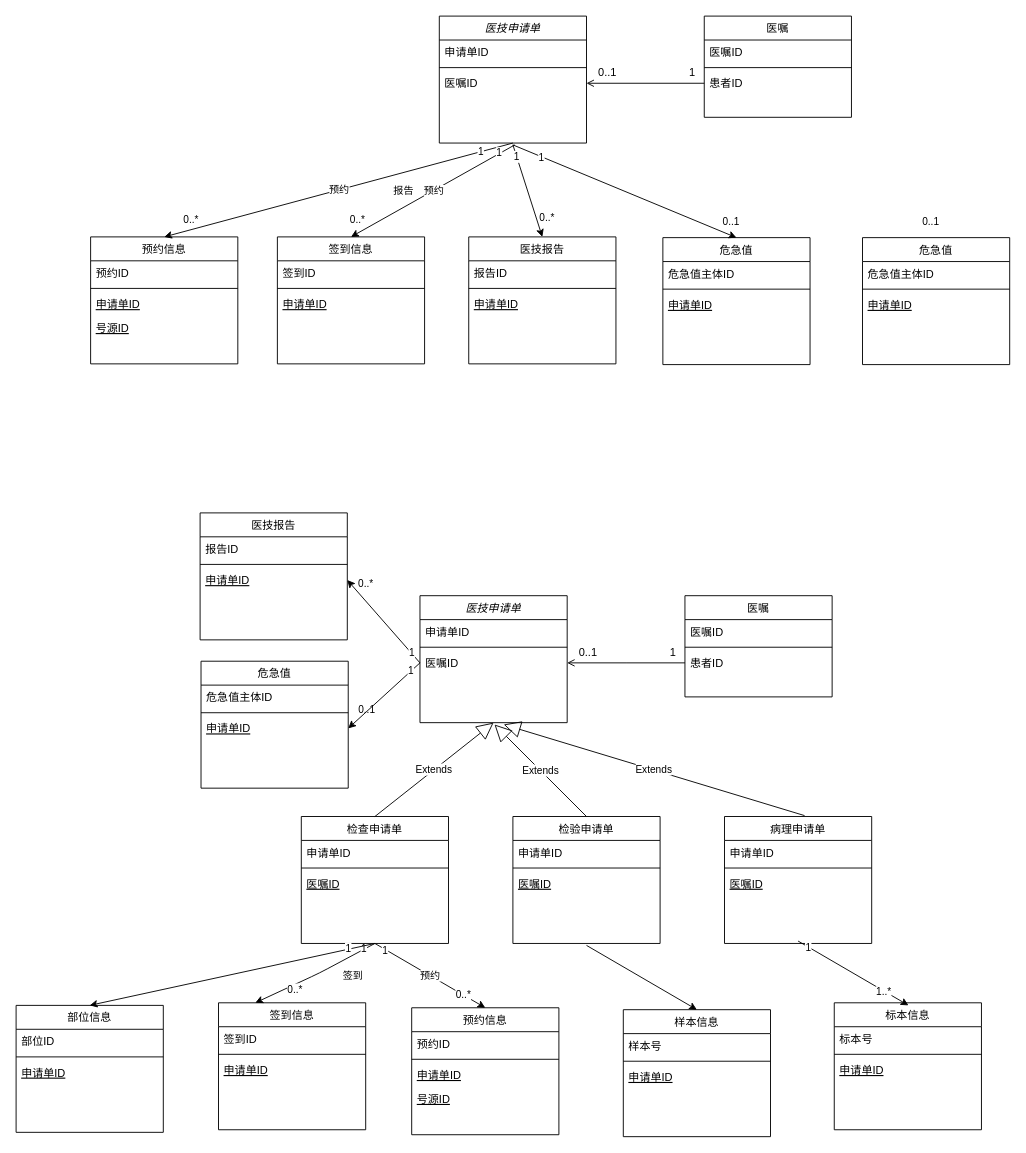
This is Untitled Diagram.drawio from YuanZhaoXin/domain, a draw.io file, before an edit. Source tidied: cells renumbered, new cells numbered last; positions are measured from the earlier drawing's top-left corner, leaving out a move shared by most shapes. Both pictures are drawn from the tidied source at 92%, with x=0, y=0 at pixel (16, 16).
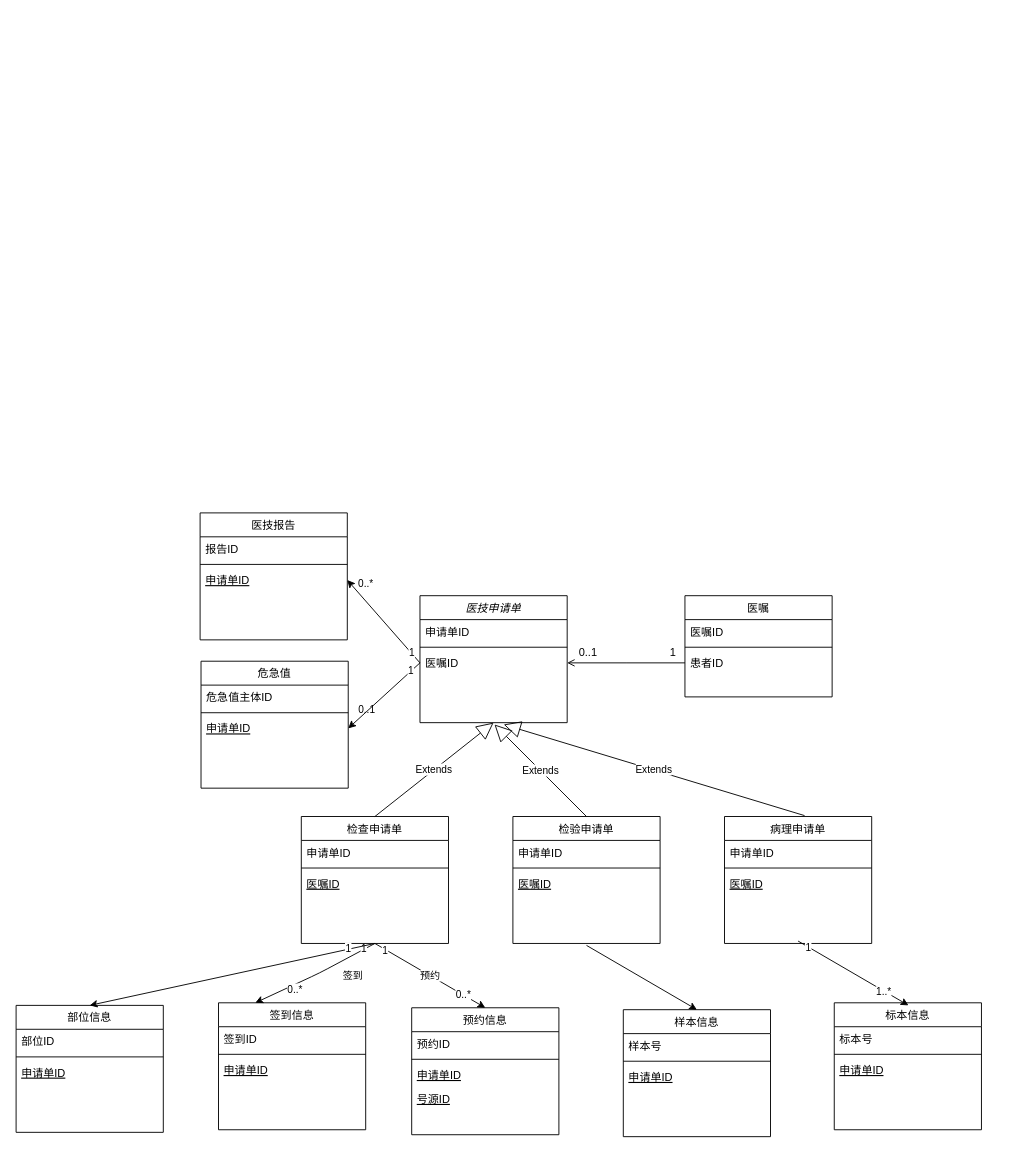
The same page after the edit.

Diff of the diagram source:
```diff
@@
-    <mxCell id="2" value="医技申请单" style="swimlane;fontStyle=2;align=center;verticalAlign=top;horizontal=1;startSize=26;rounded=0;shadow=0;strokeWidth=1;" parent="1" vertex="1">
-      <mxGeometry x="460" width="160" height="138" as="geometry" />
-    </mxCell>
-    <mxCell id="3" value="申请单ID" style="text;align=left;verticalAlign=top;spacingLeft=4;spacingRight=4;overflow=hidden;" parent="2" vertex="1">
-      <mxGeometry y="26" width="160" height="26" as="geometry" />
-    </mxCell>
-    <mxCell id="4" style="line;html=1;strokeWidth=1;align=left;verticalAlign=middle;spacingTop=-1;spacingLeft=3;spacingRight=3;labelPosition=right;" parent="2" vertex="1">
-      <mxGeometry y="52" width="160" height="8" as="geometry" />
-    </mxCell>
-    <mxCell id="5" value="医嘱ID" style="text;align=left;verticalAlign=top;spacingLeft=4;spacingRight=4;overflow=hidden;points=[[0,0.5],[1,0.5]];portConstraint=eastwest;" parent="2" vertex="1">
-      <mxGeometry y="60" width="160" height="26" as="geometry" />
-    </mxCell>
-    <mxCell id="6" value="预约信息" style="swimlane;fontStyle=0;align=center;verticalAlign=top;horizontal=1;startSize=26;rounded=0;shadow=0;strokeWidth=1;" parent="1" vertex="1">
-      <mxGeometry x="81" y="240" width="160" height="138" as="geometry" />
-    </mxCell>
-    <mxCell id="7" value="预约ID" style="text;align=left;verticalAlign=top;spacingLeft=4;spacingRight=4;overflow=hidden;" parent="6" vertex="1">
-      <mxGeometry y="26" width="160" height="26" as="geometry" />
-    </mxCell>
-    <mxCell id="8" style="line;html=1;strokeWidth=1;align=left;verticalAlign=middle;spacingTop=-1;spacingLeft=3;spacingRight=3;labelPosition=right;" parent="6" vertex="1">
-      <mxGeometry y="52" width="160" height="8" as="geometry" />
-    </mxCell>
-    <mxCell id="9" value="申请单ID" style="text;align=left;verticalAlign=top;spacingLeft=4;spacingRight=4;overflow=hidden;fontStyle=4;" parent="6" vertex="1">
-      <mxGeometry y="60" width="160" height="26" as="geometry" />
-    </mxCell>
-    <mxCell id="10" value="号源ID" style="text;align=left;verticalAlign=top;spacingLeft=4;spacingRight=4;overflow=hidden;fontStyle=4;" parent="6" vertex="1">
-      <mxGeometry y="86" width="160" height="26" as="geometry" />
-    </mxCell>
-    <mxCell id="11" value="医嘱" style="swimlane;fontStyle=0;align=center;verticalAlign=top;horizontal=1;startSize=26;rounded=0;shadow=0;strokeWidth=1;" parent="1" vertex="1">
-      <mxGeometry x="748" width="160" height="110" as="geometry" />
-    </mxCell>
-    <mxCell id="12" value="医嘱ID" style="text;align=left;verticalAlign=top;spacingLeft=4;spacingRight=4;overflow=hidden;" parent="11" vertex="1">
-      <mxGeometry y="26" width="160" height="26" as="geometry" />
-    </mxCell>
-    <mxCell id="13" style="line;html=1;strokeWidth=1;align=left;verticalAlign=middle;spacingTop=-1;spacingLeft=3;spacingRight=3;labelPosition=right;" parent="11" vertex="1">
-      <mxGeometry y="52" width="160" height="8" as="geometry" />
-    </mxCell>
-    <mxCell id="14" value="患者ID" style="text;align=left;verticalAlign=top;spacingLeft=4;spacingRight=4;overflow=hidden;points=[[0,0.5],[1,0.5]];portConstraint=eastwest;" parent="11" vertex="1">
-      <mxGeometry y="60" width="160" height="26" as="geometry" />
-    </mxCell>
-    <mxCell id="15" style="endArrow=open;shadow=0;strokeWidth=1;rounded=0;endFill=1;edgeStyle=elbowEdgeStyle;elbow=vertical;entryX=1;entryY=0.5;entryDx=0;entryDy=0;exitX=0;exitY=0.5;exitDx=0;exitDy=0;" parent="1" edge="1" source="14" target="5">
-      <mxGeometry x="0.5" y="41" relative="1" as="geometry">
-        <mxPoint x="-40" y="32" as="offset" />
-      </mxGeometry>
-    </mxCell>
-    <mxCell id="16" value="1" style="align=left;verticalAlign=bottom;labelBackgroundColor=none;fontSize=12;" parent="15" vertex="1">
-      <mxGeometry x="-1" relative="1" as="geometry">
-        <mxPoint x="-18" y="-3" as="offset" />
-      </mxGeometry>
-    </mxCell>
-    <mxCell id="17" value="0..1" style="align=right;verticalAlign=bottom;labelBackgroundColor=none;fontSize=12;" parent="15" vertex="1">
-      <mxGeometry x="1" relative="1" as="geometry">
-        <mxPoint x="34" y="-3" as="offset" />
-      </mxGeometry>
-    </mxCell>
-    <mxCell id="18" value="医技报告" style="swimlane;fontStyle=0;align=center;verticalAlign=top;horizontal=1;startSize=26;rounded=0;shadow=0;strokeWidth=1;" parent="1" vertex="1">
-      <mxGeometry x="492" y="240" width="160" height="138" as="geometry" />
-    </mxCell>
-    <mxCell id="19" value="报告ID" style="text;align=left;verticalAlign=top;spacingLeft=4;spacingRight=4;overflow=hidden;" parent="18" vertex="1">
-      <mxGeometry y="26" width="160" height="26" as="geometry" />
-    </mxCell>
-    <mxCell id="20" style="line;html=1;strokeWidth=1;align=left;verticalAlign=middle;spacingTop=-1;spacingLeft=3;spacingRight=3;labelPosition=right;" parent="18" vertex="1">
-      <mxGeometry y="52" width="160" height="8" as="geometry" />
-    </mxCell>
-    <mxCell id="21" value="申请单ID" style="text;align=left;verticalAlign=top;spacingLeft=4;spacingRight=4;overflow=hidden;fontStyle=4;" parent="18" vertex="1">
-      <mxGeometry y="60" width="160" height="26" as="geometry" />
-    </mxCell>
-    <mxCell id="22" style="endArrow=classic;html=1;exitX=0.5;exitY=1;exitDx=0;exitDy=0;entryX=0.5;entryY=0;entryDx=0;entryDy=0;" parent="1" edge="1" source="2" target="6">
-      <mxGeometry relative="1" as="geometry" />
-    </mxCell>
-    <mxCell id="23" value="预约" style="edgeLabel;html=1;align=center;verticalAlign=middle;" parent="22" vertex="1">
-      <mxGeometry relative="1" as="geometry" />
-    </mxCell>
-    <mxCell id="24" value="1" style="edgeLabel;html=1;align=center;verticalAlign=middle;" parent="22" vertex="1">
-      <mxGeometry x="-0.81" y="-1" relative="1" as="geometry" />
-    </mxCell>
-    <mxCell id="25" value="0..*" style="edgeLabel;html=1;align=center;verticalAlign=middle;" parent="22" vertex="1">
-      <mxGeometry x="0.79" y="-1" relative="1" as="geometry">
-        <mxPoint x="-11" y="-8" as="offset" />
-      </mxGeometry>
-    </mxCell>
-    <mxCell id="26" style="endArrow=classic;html=1;entryX=0.5;entryY=0;entryDx=0;entryDy=0;" parent="1" edge="1" target="18">
-      <mxGeometry relative="1" as="geometry">
-        <mxPoint x="540" y="140" as="sourcePoint" />
-      </mxGeometry>
-    </mxCell>
-    <mxCell id="27" value="1" style="edgeLabel;html=1;align=center;verticalAlign=middle;" parent="26" vertex="1">
-      <mxGeometry x="-0.75" y="-1" relative="1" as="geometry" />
-    </mxCell>
-    <mxCell id="28" value="0..*" style="edgeLabel;html=1;align=center;verticalAlign=middle;" parent="26" vertex="1">
-      <mxGeometry x="0.74" relative="1" as="geometry">
-        <mxPoint x="9" y="-8" as="offset" />
-      </mxGeometry>
-    </mxCell>
-    <mxCell id="29" value="报告" style="edgeLabel;html=1;align=center;verticalAlign=middle;" parent="1" vertex="1">
-      <mxGeometry x="173" y="210" as="geometry">
-        <mxPoint x="247" y="-21" as="offset" />
-      </mxGeometry>
-    </mxCell>
-    <mxCell id="30" value="签到信息" style="swimlane;fontStyle=0;align=center;verticalAlign=top;horizontal=1;startSize=26;rounded=0;shadow=0;strokeWidth=1;" parent="1" vertex="1">
-      <mxGeometry x="284" y="240" width="160" height="138" as="geometry" />
-    </mxCell>
-    <mxCell id="31" value="签到ID" style="text;align=left;verticalAlign=top;spacingLeft=4;spacingRight=4;overflow=hidden;" parent="30" vertex="1">
-      <mxGeometry y="26" width="160" height="26" as="geometry" />
-    </mxCell>
-    <mxCell id="32" style="line;html=1;strokeWidth=1;align=left;verticalAlign=middle;spacingTop=-1;spacingLeft=3;spacingRight=3;labelPosition=right;" parent="30" vertex="1">
-      <mxGeometry y="52" width="160" height="8" as="geometry" />
-    </mxCell>
-    <mxCell id="33" value="申请单ID" style="text;align=left;verticalAlign=top;spacingLeft=4;spacingRight=4;overflow=hidden;fontStyle=4;" parent="30" vertex="1">
-      <mxGeometry y="60" width="160" height="26" as="geometry" />
-    </mxCell>
-    <mxCell id="34" style="endArrow=classic;html=1;entryX=0.5;entryY=0;entryDx=0;entryDy=0;" parent="1" edge="1" target="30">
-      <mxGeometry relative="1" as="geometry">
-        <mxPoint x="542" y="140" as="sourcePoint" />
-      </mxGeometry>
-    </mxCell>
-    <mxCell id="35" value="预约" style="edgeLabel;html=1;align=center;verticalAlign=middle;" parent="34" vertex="1">
-      <mxGeometry relative="1" as="geometry" />
-    </mxCell>
-    <mxCell id="36" value="1" style="edgeLabel;html=1;align=center;verticalAlign=middle;" parent="34" vertex="1">
-      <mxGeometry x="-0.81" y="-1" relative="1" as="geometry" />
-    </mxCell>
-    <mxCell id="37" value="0..*" style="edgeLabel;html=1;align=center;verticalAlign=middle;" parent="34" vertex="1">
-      <mxGeometry x="0.79" y="-1" relative="1" as="geometry">
-        <mxPoint x="-11" y="-8" as="offset" />
-      </mxGeometry>
-    </mxCell>
-    <mxCell id="38" value="危急值" style="swimlane;fontStyle=0;align=center;verticalAlign=top;horizontal=1;startSize=26;rounded=0;shadow=0;strokeWidth=1;" parent="1" vertex="1">
-      <mxGeometry x="703" y="240.8" width="160" height="138" as="geometry" />
-    </mxCell>
-    <mxCell id="39" value="危急值主体ID" style="text;align=left;verticalAlign=top;spacingLeft=4;spacingRight=4;overflow=hidden;" parent="38" vertex="1">
-      <mxGeometry y="26" width="160" height="26" as="geometry" />
-    </mxCell>
-    <mxCell id="40" style="line;html=1;strokeWidth=1;align=left;verticalAlign=middle;spacingTop=-1;spacingLeft=3;spacingRight=3;labelPosition=right;" parent="38" vertex="1">
-      <mxGeometry y="52" width="160" height="8" as="geometry" />
-    </mxCell>
-    <mxCell id="41" value="申请单ID" style="text;align=left;verticalAlign=top;spacingLeft=4;spacingRight=4;overflow=hidden;fontStyle=4;" parent="38" vertex="1">
-      <mxGeometry y="60" width="160" height="26" as="geometry" />
-    </mxCell>
-    <mxCell id="42" value="0..1" style="edgeLabel;html=1;align=center;verticalAlign=middle;" parent="1" vertex="1">
-      <mxGeometry x="796.2" y="220" as="geometry">
-        <mxPoint x="-20" y="3" as="offset" />
-      </mxGeometry>
-    </mxCell>
-    <mxCell id="43" style="endArrow=classic;html=1;entryX=0.5;entryY=0;entryDx=0;entryDy=0;" parent="1" edge="1" target="38">
-      <mxGeometry relative="1" as="geometry">
-        <mxPoint x="540" y="140" as="sourcePoint" />
-      </mxGeometry>
-    </mxCell>
-    <mxCell id="44" value="1" style="edgeLabel;html=1;align=center;verticalAlign=middle;" parent="43" vertex="1">
-      <mxGeometry x="-0.75" y="-1" relative="1" as="geometry" />
-    </mxCell>
-    <mxCell id="45" value="危急值" style="swimlane;fontStyle=0;align=center;verticalAlign=top;horizontal=1;startSize=26;rounded=0;shadow=0;strokeWidth=1;" parent="1" vertex="1">
-      <mxGeometry x="920" y="240.8" width="160" height="138" as="geometry" />
-    </mxCell>
-    <mxCell id="46" value="危急值主体ID" style="text;align=left;verticalAlign=top;spacingLeft=4;spacingRight=4;overflow=hidden;" parent="45" vertex="1">
-      <mxGeometry y="26" width="160" height="26" as="geometry" />
-    </mxCell>
-    <mxCell id="47" style="line;html=1;strokeWidth=1;align=left;verticalAlign=middle;spacingTop=-1;spacingLeft=3;spacingRight=3;labelPosition=right;" parent="45" vertex="1">
-      <mxGeometry y="52" width="160" height="8" as="geometry" />
-    </mxCell>
-    <mxCell id="48" value="申请单ID" style="text;align=left;verticalAlign=top;spacingLeft=4;spacingRight=4;overflow=hidden;fontStyle=4;" parent="45" vertex="1">
-      <mxGeometry y="60" width="160" height="26" as="geometry" />
-    </mxCell>
-    <mxCell id="49" value="0..1" style="edgeLabel;html=1;align=center;verticalAlign=middle;" parent="1" vertex="1">
-      <mxGeometry x="1013.2" y="220" as="geometry">
-        <mxPoint x="-20" y="3" as="offset" />
-      </mxGeometry>
-    </mxCell>
```
